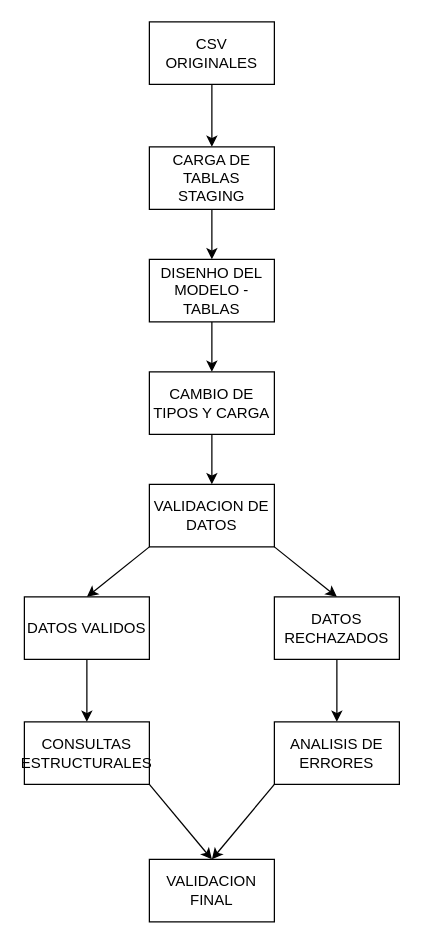
Before: diagramas/flujo-proyecto.drawio in HugoFrancoo/TheHuddle-RegistroGlacial, a draw.io diagram. Source tidied: cells renumbered, new cells numbered last; positions are measured from the earlier drawing's top-left corner, leaving out a move shared by most shapes. Both pictures are drawn from the tidied source at 125%, with x=0, y=0 at pixel (24, 21).
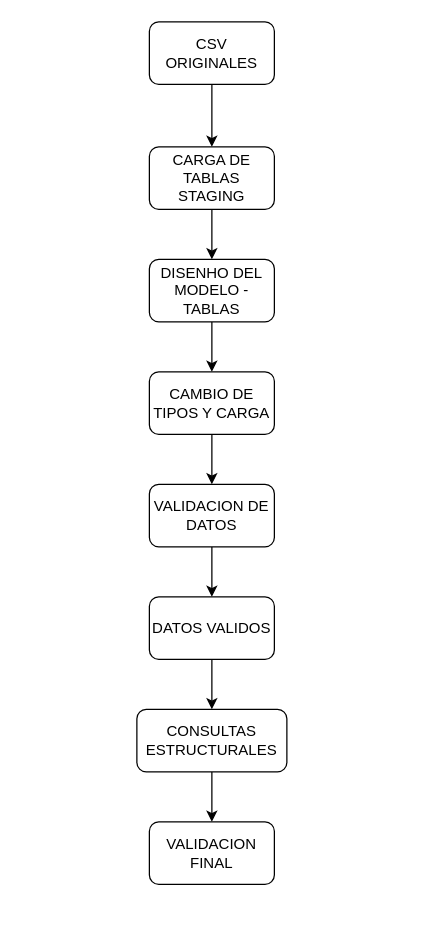
The same diagram, later.

Commit message (it also covers changes not shown here):
cambios en archivos, se agrego codificacion utf-8 en la carga ded tablas staging y se realizaron consultas de prueba a la base de datos

Change to the diagram source:
```diff
@@
-    <mxCell id="3" value="CSV ORIGINALES" style="html=1;dashed=0;whiteSpace=wrap;" parent="1" vertex="1">
+    <mxCell id="3" value="CSV ORIGINALES" style="html=1;dashed=0;whiteSpace=wrap;rounded=1;" parent="1" vertex="1">
       <mxGeometry x="100" width="100" height="50" as="geometry" />
     </mxCell>
@@
-    <mxCell id="5" value="CARGA DE TABLAS STAGING" style="html=1;dashed=0;whiteSpace=wrap;" parent="1" vertex="1">
+    <mxCell id="5" value="CARGA DE TABLAS STAGING" style="html=1;dashed=0;whiteSpace=wrap;rounded=1;" parent="1" vertex="1">
       <mxGeometry x="100" y="100" width="100" height="50" as="geometry" />
     </mxCell>
@@
-    <mxCell id="7" value="DISENHO DEL MODELO - TABLAS" style="html=1;dashed=0;whiteSpace=wrap;" parent="1" vertex="1">
+    <mxCell id="7" value="DISENHO DEL MODELO - TABLAS" style="html=1;dashed=0;whiteSpace=wrap;rounded=1;" parent="1" vertex="1">
       <mxGeometry x="100" y="190" width="100" height="50" as="geometry" />
     </mxCell>
@@
-    <mxCell id="9" value="CAMBIO DE TIPOS Y CARGA" style="html=1;dashed=0;whiteSpace=wrap;" parent="1" vertex="1">
+    <mxCell id="9" value="CAMBIO DE TIPOS Y CARGA" style="html=1;dashed=0;whiteSpace=wrap;rounded=1;" parent="1" vertex="1">
       <mxGeometry x="100" y="280" width="100" height="50" as="geometry" />
     </mxCell>
-    <mxCell id="10" style="edgeStyle=none;html=1;exitX=1;exitY=1;exitDx=0;exitDy=0;entryX=0.5;entryY=0;entryDx=0;entryDy=0;" parent="1" edge="1" source="12" target="17">
-      <mxGeometry relative="1" as="geometry" />
-    </mxCell>
-    <mxCell id="11" style="edgeStyle=none;html=1;exitX=0;exitY=1;exitDx=0;exitDy=0;entryX=0.5;entryY=0;entryDx=0;entryDy=0;" parent="1" edge="1" source="12" target="14">
+    <mxCell id="11" style="edgeStyle=none;html=1;entryX=0.5;entryY=0;entryDx=0;entryDy=0;" parent="1" edge="1" source="12" target="14">
       <mxGeometry relative="1" as="geometry" />
     </mxCell>
-    <mxCell id="12" value="VALIDACION DE DATOS" style="html=1;dashed=0;whiteSpace=wrap;" parent="1" vertex="1">
+    <mxCell id="12" value="VALIDACION DE DATOS" style="html=1;dashed=0;whiteSpace=wrap;rounded=1;" parent="1" vertex="1">
       <mxGeometry x="100" y="370" width="100" height="50" as="geometry" />
     </mxCell>
@@
-    <mxCell id="14" value="DATOS VALIDOS" style="html=1;dashed=0;whiteSpace=wrap;" parent="1" vertex="1">
-      <mxGeometry y="460" width="100" height="50" as="geometry" />
+    <mxCell id="14" value="DATOS VALIDOS" style="html=1;dashed=0;whiteSpace=wrap;rounded=1;" parent="1" vertex="1">
+      <mxGeometry x="100" y="460" width="100" height="50" as="geometry" />
     </mxCell>
-    <mxCell id="15" style="edgeStyle=none;html=1;exitX=0.5;exitY=1;exitDx=0;exitDy=0;" parent="1" edge="1" source="17">
+    <mxCell id="15" style="edgeStyle=none;html=1;exitX=0.5;exitY=1;exitDx=0;exitDy=0;" parent="1" edge="1">
       <mxGeometry relative="1" as="geometry">
+        <mxPoint x="250" y="510" as="sourcePoint" />
         <mxPoint x="249.9" y="510.1" as="targetPoint" />
       </mxGeometry>
     </mxCell>
-    <mxCell id="16" style="edgeStyle=none;html=1;exitX=0.5;exitY=1;exitDx=0;exitDy=0;entryX=0.5;entryY=0;entryDx=0;entryDy=0;" parent="1" edge="1" source="17" target="21">
-      <mxGeometry relative="1" as="geometry" />
-    </mxCell>
-    <mxCell id="17" value="DATOS RECHAZADOS" style="html=1;dashed=0;whiteSpace=wrap;" parent="1" vertex="1">
-      <mxGeometry x="200" y="460" width="100" height="50" as="geometry" />
-    </mxCell>
-    <mxCell id="18" style="edgeStyle=none;html=1;exitX=1;exitY=1;exitDx=0;exitDy=0;entryX=0.5;entryY=0;entryDx=0;entryDy=0;" parent="1" edge="1" source="19" target="22">
+    <mxCell id="18" style="edgeStyle=none;html=1;exitX=0.5;exitY=1;exitDx=0;exitDy=0;entryX=0.5;entryY=0;entryDx=0;entryDy=0;" parent="1" edge="1" source="19" target="22">
       <mxGeometry relative="1" as="geometry" />
     </mxCell>
-    <mxCell id="19" value="CONSULTAS ESTRUCTURALES" style="html=1;dashed=0;whiteSpace=wrap;" parent="1" vertex="1">
-      <mxGeometry y="560" width="100" height="50" as="geometry" />
+    <mxCell id="19" value="CONSULTAS ESTRUCTURALES" style="html=1;dashed=0;whiteSpace=wrap;rounded=1;" parent="1" vertex="1">
+      <mxGeometry x="90" y="550" width="120" height="50" as="geometry" />
     </mxCell>
-    <mxCell id="20" style="edgeStyle=none;html=1;exitX=0;exitY=1;exitDx=0;exitDy=0;entryX=0.5;entryY=0;entryDx=0;entryDy=0;" parent="1" edge="1" source="21" target="22">
-      <mxGeometry relative="1" as="geometry" />
-    </mxCell>
-    <mxCell id="21" value="ANALISIS DE ERRORES" style="html=1;dashed=0;whiteSpace=wrap;" parent="1" vertex="1">
-      <mxGeometry x="200" y="560" width="100" height="50" as="geometry" />
-    </mxCell>
-    <mxCell id="22" value="VALIDACION FINAL" style="html=1;dashed=0;whiteSpace=wrap;" parent="1" vertex="1">
-      <mxGeometry x="100" y="670" width="100" height="50" as="geometry" />
+    <mxCell id="22" value="VALIDACION FINAL" style="html=1;dashed=0;whiteSpace=wrap;rounded=1;" parent="1" vertex="1">
+      <mxGeometry x="100" y="640" width="100" height="50" as="geometry" />
     </mxCell>
```
